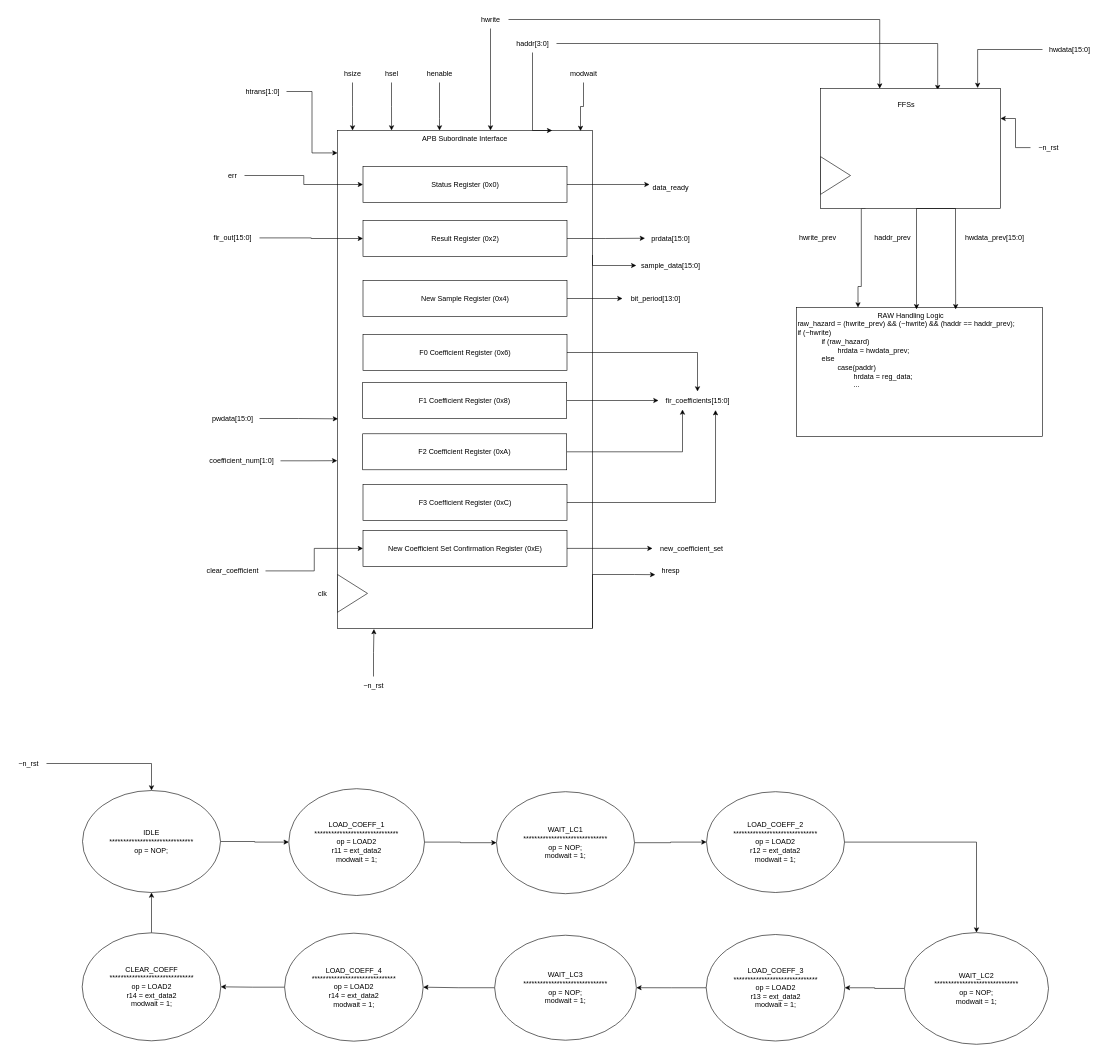
Earlier version of the draw.io diagram lab 9.drawio (Charvles/ECE337). Source tidied: cells renumbered, new cells numbered last; positions are measured from the earlier drawing's top-left corner, leaving out a move shared by most shapes. Both pictures are drawn from the tidied source at 60%, with x=0, y=0 at pixel (10, 10).
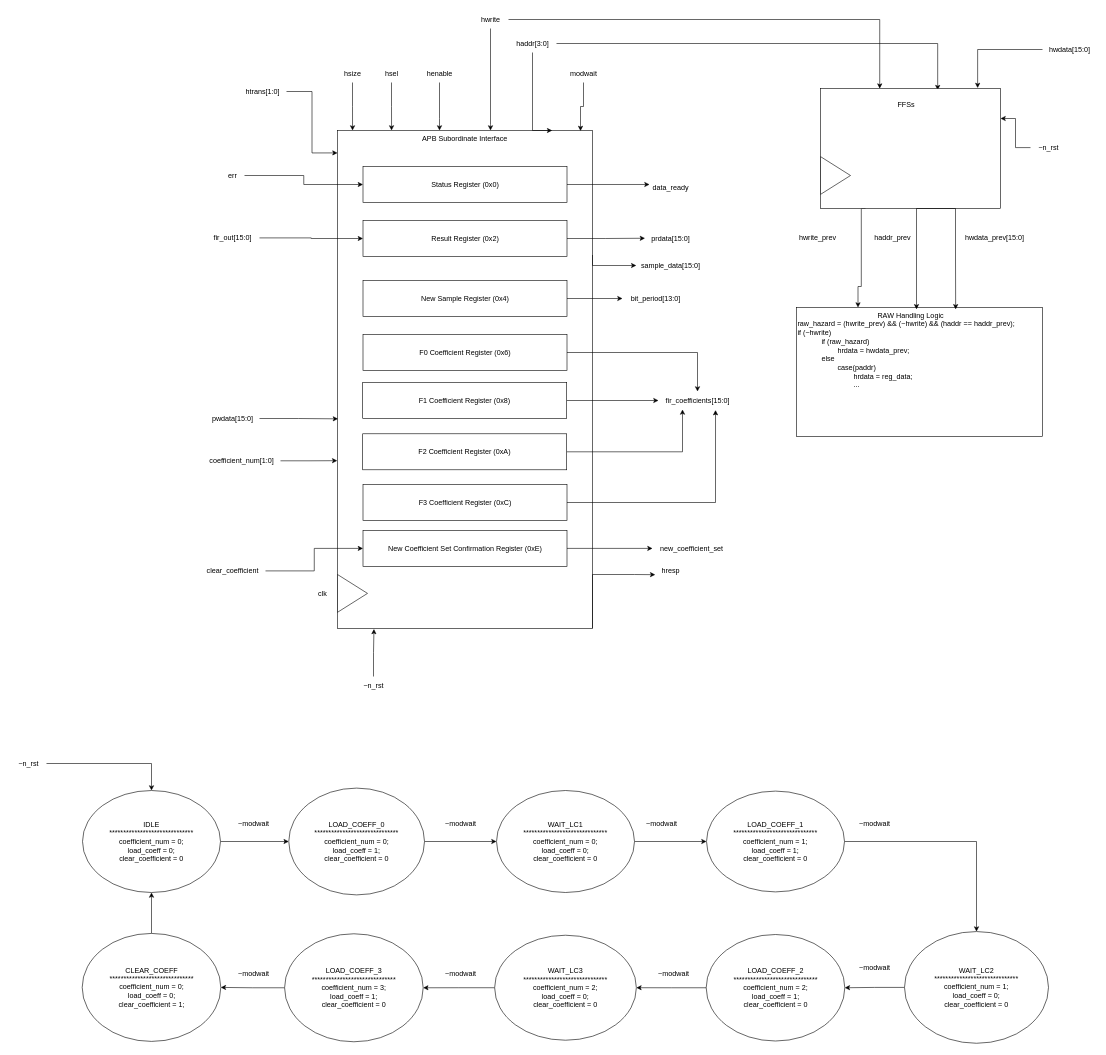
After the change.

The edit, as a diff of the source:
```diff
@@
-    <mxCell id="72" value="&lt;div&gt;IDLE&lt;/div&gt;&lt;div&gt;******************************&lt;/div&gt;&lt;div&gt;op = NOP;&lt;/div&gt;" style="ellipse;whiteSpace=wrap;html=1;" parent="1" vertex="1">
+    <mxCell id="72" value="&lt;div&gt;IDLE&lt;/div&gt;&lt;div&gt;******************************&lt;/div&gt;&lt;div&gt;coefficient_num = 0;&lt;/div&gt;&lt;div&gt;load_coeff = 0;&lt;/div&gt;&lt;div&gt;clear_coefficient = 0&lt;/div&gt;" style="ellipse;whiteSpace=wrap;html=1;" parent="1" vertex="1">
       <mxGeometry x="120" y="1300" width="230" height="170" as="geometry" />
     </mxCell>
@@
-    <mxCell id="76" value="&lt;div&gt;LOAD_COEFF_1&lt;/div&gt;&lt;div&gt;******************************&lt;/div&gt;&lt;div&gt;op = LOAD2&lt;/div&gt;&lt;div&gt;r11 = ext_data2&lt;/div&gt;&lt;div&gt;modwait = 1;&lt;/div&gt;" style="ellipse;whiteSpace=wrap;html=1;verticalAlign=middle;" parent="1" vertex="1">
-      <mxGeometry x="463.8" y="1297" width="226.2" height="178" as="geometry" />
+    <mxCell id="76" value="&lt;div&gt;LOAD_COEFF_0&lt;/div&gt;&lt;div&gt;******************************&lt;/div&gt;&lt;div&gt;&lt;div&gt;coefficient_num = 0;&lt;/div&gt;&lt;div&gt;load_coeff = 1;&lt;/div&gt;&lt;div&gt;clear_coefficient = 0&lt;/div&gt;&lt;/div&gt;" style="ellipse;whiteSpace=wrap;html=1;verticalAlign=middle;" parent="1" vertex="1">
+      <mxGeometry x="463.8" y="1296" width="226.2" height="178" as="geometry" />
     </mxCell>
@@
-    <mxCell id="78" value="&lt;div&gt;LOAD_COEFF_2&lt;/div&gt;&lt;div&gt;******************************&lt;/div&gt;&lt;div&gt;&lt;div&gt;op = LOAD2&lt;/div&gt;&lt;div&gt;r12 = ext_data2&lt;/div&gt;&lt;div&gt;modwait = 1;&lt;/div&gt;&lt;/div&gt;" style="ellipse;whiteSpace=wrap;html=1;verticalAlign=middle;" parent="1" vertex="1">
-      <mxGeometry x="1160" y="1302" width="230" height="168" as="geometry" />
+    <mxCell id="78" value="&lt;div&gt;LOAD_COEFF_1&lt;/div&gt;&lt;div&gt;******************************&lt;/div&gt;&lt;div&gt;&lt;div&gt;coefficient_num = 1;&lt;/div&gt;&lt;div&gt;load_coeff = 1;&lt;/div&gt;&lt;div&gt;clear_coefficient = 0&lt;/div&gt;&lt;/div&gt;" style="ellipse;whiteSpace=wrap;html=1;verticalAlign=middle;" parent="1" vertex="1">
+      <mxGeometry x="1160" y="1301" width="230" height="168" as="geometry" />
     </mxCell>
@@
-    <mxCell id="80" value="&lt;div&gt;LOAD_COEFF_3&lt;/div&gt;&lt;div&gt;******************************&lt;/div&gt;&lt;div&gt;&lt;div&gt;op = LOAD2&lt;/div&gt;&lt;div&gt;r13 = ext_data2&lt;/div&gt;&lt;div&gt;modwait = 1;&lt;/div&gt;&lt;/div&gt;" style="ellipse;whiteSpace=wrap;html=1;verticalAlign=middle;" parent="1" vertex="1">
+    <mxCell id="80" value="&lt;div&gt;LOAD_COEFF_2&lt;/div&gt;&lt;div&gt;******************************&lt;/div&gt;&lt;div&gt;&lt;div&gt;coefficient_num = 2;&lt;/div&gt;&lt;div&gt;load_coeff = 1;&lt;/div&gt;&lt;div&gt;clear_coefficient = 0&lt;/div&gt;&lt;/div&gt;" style="ellipse;whiteSpace=wrap;html=1;verticalAlign=middle;" parent="1" vertex="1">
       <mxGeometry x="1159.5" y="1540" width="231" height="177.5" as="geometry" />
     </mxCell>
@@
-    <mxCell id="82" value="&lt;div&gt;LOAD_COEFF_4&lt;/div&gt;&lt;div&gt;******************************&lt;/div&gt;&lt;div&gt;&lt;div&gt;op = LOAD2&lt;/div&gt;&lt;div&gt;r14 = ext_data2&lt;/div&gt;&lt;div&gt;modwait = 1;&lt;/div&gt;&lt;/div&gt;" style="ellipse;whiteSpace=wrap;html=1;verticalAlign=middle;" parent="1" vertex="1">
-      <mxGeometry x="456.8" y="1537.8" width="231" height="180" as="geometry" />
+    <mxCell id="82" value="&lt;div&gt;LOAD_COEFF_3&lt;/div&gt;&lt;div&gt;******************************&lt;/div&gt;&lt;div&gt;&lt;div&gt;coefficient_num = 3;&lt;/div&gt;&lt;div&gt;load_coeff = 1;&lt;/div&gt;&lt;div&gt;clear_coefficient = 0&lt;/div&gt;&lt;/div&gt;" style="ellipse;whiteSpace=wrap;html=1;verticalAlign=middle;" parent="1" vertex="1">
+      <mxGeometry x="456.8" y="1538.8" width="231" height="180" as="geometry" />
     </mxCell>
@@
-    <mxCell id="84" value="&lt;div&gt;WAIT_LC1&lt;/div&gt;&lt;div&gt;******************************&lt;/div&gt;&lt;div&gt;op = NOP;&lt;/div&gt;&lt;div&gt;modwait = 1;&lt;/div&gt;" style="ellipse;whiteSpace=wrap;html=1;verticalAlign=middle;" parent="1" vertex="1">
-      <mxGeometry x="810" y="1302" width="230" height="170" as="geometry" />
+    <mxCell id="84" value="&lt;div&gt;WAIT_LC1&lt;/div&gt;&lt;div&gt;******************************&lt;/div&gt;&lt;div&gt;&lt;div&gt;coefficient_num = 0;&lt;/div&gt;&lt;div&gt;load_coeff = 0;&lt;/div&gt;&lt;div&gt;clear_coefficient = 0&lt;/div&gt;&lt;/div&gt;" style="ellipse;whiteSpace=wrap;html=1;verticalAlign=middle;" parent="1" vertex="1">
+      <mxGeometry x="810" y="1300" width="230" height="170" as="geometry" />
     </mxCell>
@@
-    <mxCell id="86" value="&lt;div&gt;WAIT_LC2&lt;/div&gt;&lt;div&gt;******************************&lt;/div&gt;&lt;div&gt;&lt;div&gt;op = NOP;&lt;/div&gt;&lt;div&gt;modwait = 1;&lt;/div&gt;&lt;/div&gt;" style="ellipse;whiteSpace=wrap;html=1;verticalAlign=middle;" parent="1" vertex="1">
-      <mxGeometry x="1490" y="1536.8" width="240" height="186.2" as="geometry" />
+    <mxCell id="86" value="&lt;div&gt;WAIT_LC2&lt;/div&gt;&lt;div&gt;******************************&lt;/div&gt;&lt;div&gt;&lt;div&gt;coefficient_num = 1;&lt;/div&gt;&lt;div&gt;load_coeff = 0;&lt;/div&gt;&lt;div&gt;clear_coefficient = 0&lt;/div&gt;&lt;/div&gt;" style="ellipse;whiteSpace=wrap;html=1;verticalAlign=middle;" parent="1" vertex="1">
+      <mxGeometry x="1490" y="1535.1" width="240" height="186.2" as="geometry" />
     </mxCell>
@@
-    <mxCell id="88" value="&lt;div&gt;WAIT_LC3&lt;/div&gt;&lt;div&gt;******************************&lt;/div&gt;&lt;div&gt;&lt;div&gt;op = NOP;&lt;/div&gt;&lt;div&gt;modwait = 1;&lt;/div&gt;&lt;/div&gt;" style="ellipse;whiteSpace=wrap;html=1;verticalAlign=middle;" parent="1" vertex="1">
+    <mxCell id="88" value="&lt;div&gt;WAIT_LC3&lt;/div&gt;&lt;div&gt;******************************&lt;/div&gt;&lt;div&gt;&lt;div&gt;coefficient_num = 2;&lt;/div&gt;&lt;div&gt;load_coeff = 0;&lt;/div&gt;&lt;div&gt;clear_coefficient = 0&lt;/div&gt;&lt;/div&gt;" style="ellipse;whiteSpace=wrap;html=1;verticalAlign=middle;" parent="1" vertex="1">
       <mxGeometry x="806.9" y="1541.2" width="236.2" height="175" as="geometry" />
     </mxCell>
@@
-    <mxCell id="90" value="&lt;div&gt;CLEAR_COEFF&lt;/div&gt;&lt;div&gt;******************************&lt;/div&gt;&lt;div&gt;&lt;div&gt;op = LOAD2&lt;/div&gt;&lt;div&gt;r14 = ext_data2&lt;/div&gt;&lt;div&gt;modwait = 1;&lt;/div&gt;&lt;/div&gt;" style="ellipse;whiteSpace=wrap;html=1;verticalAlign=middle;" parent="1" vertex="1">
-      <mxGeometry x="119.5" y="1537.2" width="231" height="180" as="geometry" />
+    <mxCell id="90" value="&lt;div&gt;CLEAR_COEFF&lt;/div&gt;&lt;div&gt;******************************&lt;/div&gt;&lt;div&gt;&lt;div&gt;coefficient_num = 0;&lt;/div&gt;&lt;div&gt;load_coeff = 0;&lt;/div&gt;&lt;div&gt;clear_coefficient = 1;&lt;/div&gt;&lt;/div&gt;" style="ellipse;whiteSpace=wrap;html=1;verticalAlign=middle;" parent="1" vertex="1">
+      <mxGeometry x="119.5" y="1538.2" width="231" height="180" as="geometry" />
     </mxCell>
+    <mxCell id="91" value="~modwait" style="text;html=1;align=center;verticalAlign=middle;strokeColor=none;fillColor=none;" parent="1" vertex="1">
+      <mxGeometry x="365" y="1340" width="80" height="30" as="geometry" />
+    </mxCell>
+    <mxCell id="92" value="~modwait" style="text;html=1;align=center;verticalAlign=middle;strokeColor=none;fillColor=none;" parent="1" vertex="1">
+      <mxGeometry x="710" y="1340" width="80" height="30" as="geometry" />
+    </mxCell>
+    <mxCell id="93" value="~modwait" style="text;html=1;align=center;verticalAlign=middle;strokeColor=none;fillColor=none;" parent="1" vertex="1">
+      <mxGeometry x="1045" y="1340" width="80" height="30" as="geometry" />
+    </mxCell>
+    <mxCell id="94" value="~modwait" style="text;html=1;align=center;verticalAlign=middle;strokeColor=none;fillColor=none;" parent="1" vertex="1">
+      <mxGeometry x="1400" y="1340" width="80" height="30" as="geometry" />
+    </mxCell>
+    <mxCell id="95" value="~modwait" style="text;html=1;align=center;verticalAlign=middle;strokeColor=none;fillColor=none;" parent="1" vertex="1">
+      <mxGeometry x="1400" y="1580" width="80" height="30" as="geometry" />
+    </mxCell>
+    <mxCell id="96" value="~modwait" style="text;html=1;align=center;verticalAlign=middle;strokeColor=none;fillColor=none;" parent="1" vertex="1">
+      <mxGeometry x="1065" y="1590" width="80" height="30" as="geometry" />
+    </mxCell>
+    <mxCell id="97" value="~modwait" style="text;html=1;align=center;verticalAlign=middle;strokeColor=none;fillColor=none;" parent="1" vertex="1">
+      <mxGeometry x="710" y="1590" width="80" height="30" as="geometry" />
+    </mxCell>
+    <mxCell id="98" value="~modwait" style="text;html=1;align=center;verticalAlign=middle;strokeColor=none;fillColor=none;" parent="1" vertex="1">
+      <mxGeometry x="365" y="1590" width="80" height="30" as="geometry" />
+    </mxCell>
```
